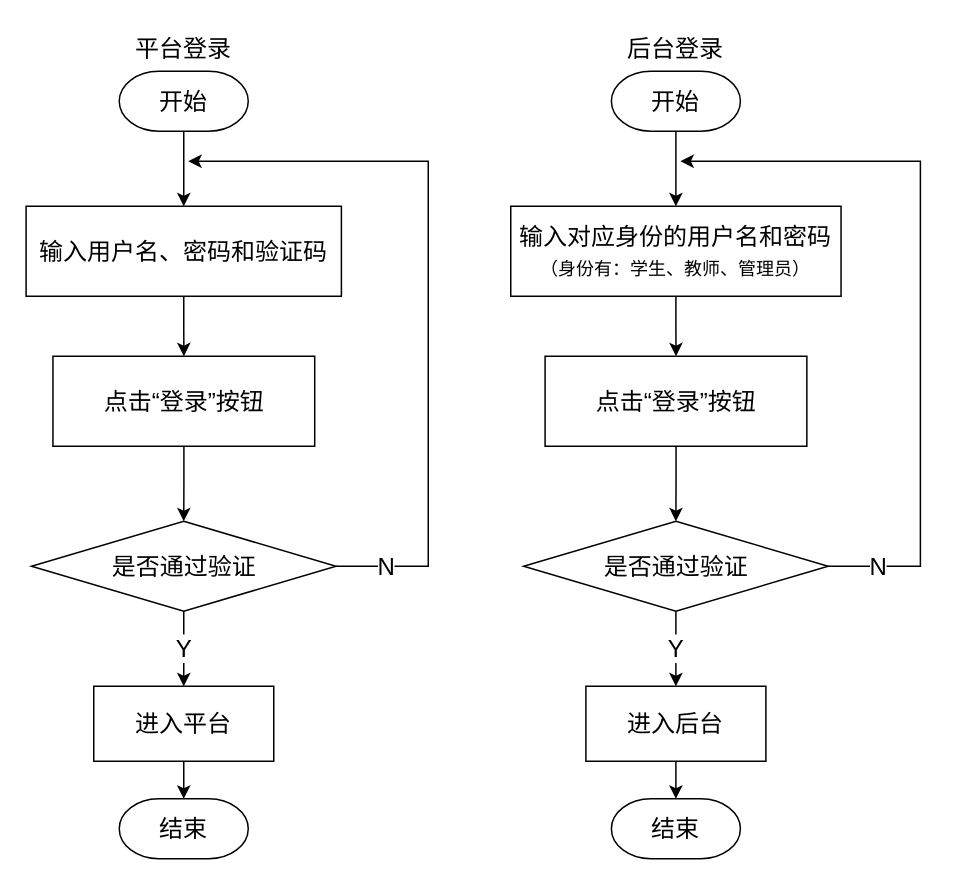
jaclkliao/imgs keeps this draw.io diagram as imgs/登录流程图.drawio. Above is the earlier version. Source tidied: cells renumbered, new cells numbered last; positions are measured from the earlier drawing's top-left corner, leaving out a move shared by most shapes. Both pictures are drawn from the tidied source at 150%, with x=0, y=0 at pixel (26, 26).
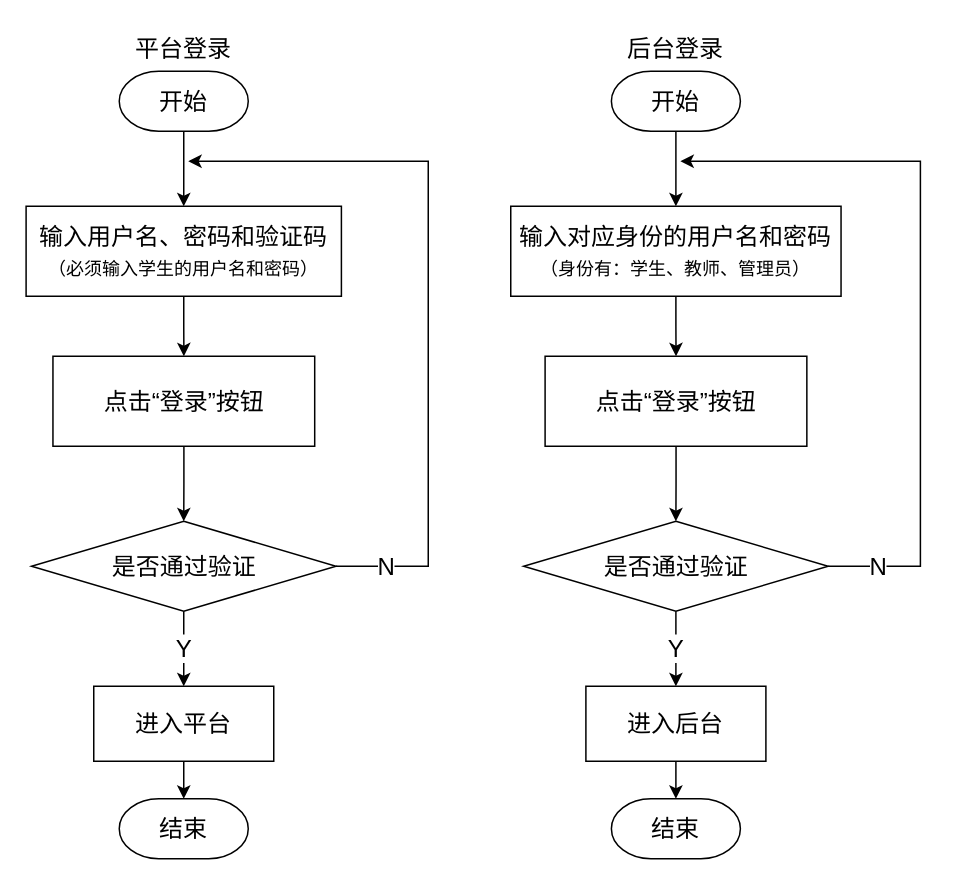
The same page after the edit.

Commit message (it also covers changes not shown here):
更新登录流程图.drawio

The edit, as a diff of the source:
```diff
@@
-    <mxCell id="5" value="输入用户名、密码和验证码" style="rounded=0;whiteSpace=wrap;html=1;sketch=0;fontSize=16;strokeWidth=1;fontFamily=宋体;" parent="1" vertex="1">
+    <mxCell id="5" value="输入用户名、密码和验证码&lt;br&gt;&lt;font style=&quot;font-size: 12px&quot;&gt;（必须输入学生的用户名和密码）&lt;/font&gt;" style="rounded=0;whiteSpace=wrap;html=1;sketch=0;fontSize=16;strokeWidth=1;fontFamily=宋体;" parent="1" vertex="1">
       <mxGeometry x="-0.1" y="120" width="210.2" height="60" as="geometry" />
     </mxCell>
```
